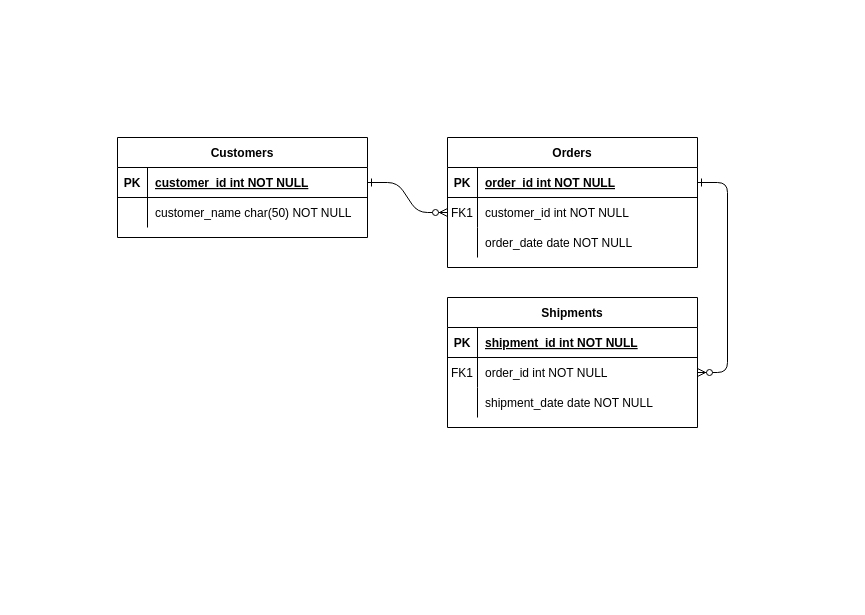
Earlier version of the draw.io diagram Untitled Diagram.drawio (SergejusSG/git-demo1). Source tidied: cells renumbered, new cells numbered last; positions are measured from the earlier drawing's top-left corner, leaving out a move shared by most shapes. Both pictures are drawn from the tidied source at 100%, with x=0, y=0 at pixel (117, 137).
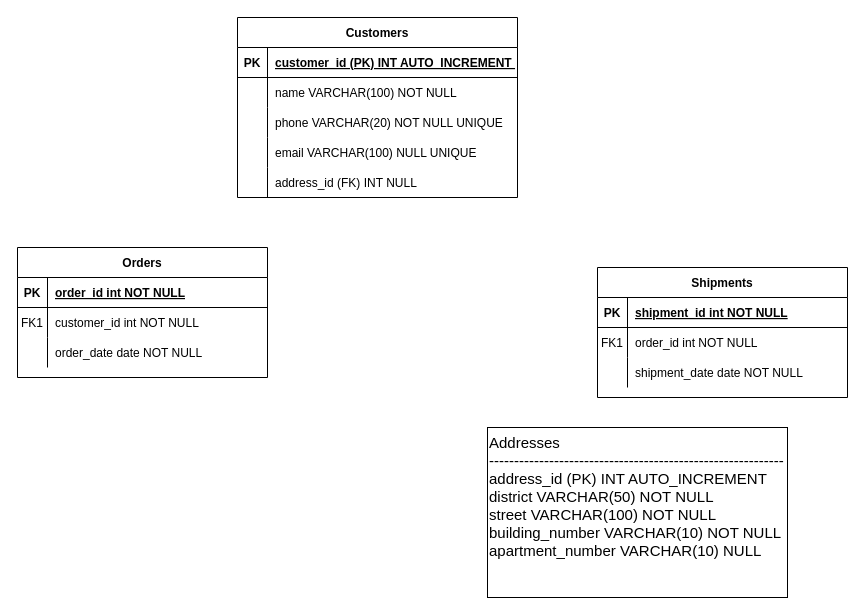
The same page after the edit.

The change refers to these unchanged cells:
```xml
<mxCell id="5" style="shape=partialRectangle;fillColor=none;points=[[0,0.5],[1,0.5]];portConstraint=eastwest;top=0;left=0;right=0;bottom=1;" parent="4" vertex="1">
  <mxGeometry y="30" width="250" height="30" as="geometry" />
</mxCell>
<mxCell id="8" style="shape=partialRectangle;fillColor=none;points=[[0,0.5],[1,0.5]];portConstraint=eastwest;top=0;left=0;right=0;bottom=0;" parent="4" vertex="1">
  <mxGeometry y="60" width="250" height="30" as="geometry" />
</mxCell>
<mxCell id="18" style="shape=partialRectangle;fillColor=none;points=[[0,0.5],[1,0.5]];portConstraint=eastwest;top=0;left=0;right=0;bottom=0;" parent="14" vertex="1">
  <mxGeometry y="60" width="250" height="30" as="geometry" />
</mxCell>
```

The edit, as a diff of the source:
```diff
@@
-    <mxCell id="2" style="edgeStyle=entityRelationEdgeStyle;endArrow=ERzeroToMany;startArrow=ERone;endFill=1;startFill=0;" parent="1" edge="1" source="25" target="8">
-      <mxGeometry relative="1" as="geometry" />
-    </mxCell>
-    <mxCell id="3" style="edgeStyle=entityRelationEdgeStyle;endArrow=ERzeroToMany;startArrow=ERone;endFill=1;startFill=0;" parent="1" edge="1" source="5" target="18">
-      <mxGeometry relative="1" as="geometry" />
-    </mxCell>
     <mxCell id="4" value="Orders" style="shape=table;startSize=30;childLayout=tableLayout;rowLines=0;fontStyle=1;align=center;" parent="1" vertex="1">
-      <mxGeometry x="330" width="250" height="130" as="geometry" />
+      <mxGeometry x="-100" y="110" width="250" height="130" as="geometry" />
     </mxCell>
@@
     <mxCell id="14" value="Shipments" style="shape=table;startSize=30;childLayout=tableLayout;rowLines=0;fontStyle=1;align=center;" parent="1" vertex="1">
-      <mxGeometry x="330" y="160" width="250" height="130" as="geometry" />
+      <mxGeometry x="480" y="130" width="250" height="130" as="geometry" />
     </mxCell>
@@
     <mxCell id="24" value="Customers" style="shape=table;startSize=30;childLayout=tableLayout;rowLines=0;fontStyle=1;align=center;" parent="1" vertex="1">
-      <mxGeometry width="250" height="100" as="geometry" />
+      <mxGeometry x="120" y="-120" width="280" height="180" as="geometry" />
     </mxCell>
     <mxCell id="25" style="shape=partialRectangle;fillColor=none;points=[[0,0.5],[1,0.5]];portConstraint=eastwest;top=0;left=0;right=0;bottom=1;" parent="24" vertex="1">
-      <mxGeometry y="30" width="250" height="30" as="geometry" />
+      <mxGeometry y="30" width="280" height="30" as="geometry" />
     </mxCell>
@@
-    <mxCell id="27" value="customer_id int NOT NULL " style="shape=partialRectangle;overflow=hidden;fillColor=none;top=0;left=0;bottom=0;right=0;align=left;spacingLeft=6;fontStyle=5;" parent="25" vertex="1">
-      <mxGeometry x="30" width="220" height="30" as="geometry" />
+    <mxCell id="27" value="customer_id (PK) INT AUTO_INCREMENT " style="shape=partialRectangle;overflow=hidden;fillColor=none;top=0;left=0;bottom=0;right=0;align=left;spacingLeft=6;fontStyle=5;" parent="25" vertex="1">
+      <mxGeometry x="30" width="250" height="30" as="geometry" />
     </mxCell>
     <mxCell id="28" style="shape=partialRectangle;fillColor=none;top=0;left=0;right=0;bottom=0;" parent="24" vertex="1">
-      <mxGeometry y="60" width="250" height="30" as="geometry" />
+      <mxGeometry y="60" width="280" height="30" as="geometry" />
     </mxCell>
@@
-    <mxCell id="30" value="customer_name char(50) NOT NULL" style="shape=partialRectangle;overflow=hidden;fillColor=none;top=0;left=0;bottom=0;right=0;align=left;spacingLeft=6;" parent="28" vertex="1">
-      <mxGeometry x="30" width="220" height="30" as="geometry" />
+    <mxCell id="30" value="name VARCHAR(100) NOT NULL" style="shape=partialRectangle;overflow=hidden;fillColor=none;top=0;left=0;bottom=0;right=0;align=left;spacingLeft=6;" parent="28" vertex="1">
+      <mxGeometry x="30" width="250" height="30" as="geometry" />
     </mxCell>
+    <mxCell id="31" style="shape=partialRectangle;fillColor=none;top=0;left=0;right=0;bottom=0;" parent="24" vertex="1">
+      <mxGeometry y="90" width="280" height="30" as="geometry" />
+    </mxCell>
+    <mxCell id="32" style="shape=partialRectangle;overflow=hidden;fillColor=none;top=0;left=0;bottom=0;right=0;" parent="31" vertex="1">
+      <mxGeometry width="30" height="30" as="geometry" />
+    </mxCell>
+    <mxCell id="33" value="phone VARCHAR(20) NOT NULL UNIQUE" style="shape=partialRectangle;overflow=hidden;fillColor=none;top=0;left=0;bottom=0;right=0;align=left;spacingLeft=6;" parent="31" vertex="1">
+      <mxGeometry x="30" width="250" height="30" as="geometry" />
+    </mxCell>
+    <mxCell id="34" style="shape=partialRectangle;fillColor=none;top=0;left=0;right=0;bottom=0;" parent="24" vertex="1">
+      <mxGeometry y="120" width="280" height="30" as="geometry" />
+    </mxCell>
+    <mxCell id="35" style="shape=partialRectangle;overflow=hidden;fillColor=none;top=0;left=0;bottom=0;right=0;" parent="34" vertex="1">
+      <mxGeometry width="30" height="30" as="geometry" />
+    </mxCell>
+    <mxCell id="36" value="email VARCHAR(100) NULL UNIQUE" style="shape=partialRectangle;overflow=hidden;fillColor=none;top=0;left=0;bottom=0;right=0;align=left;spacingLeft=6;" parent="34" vertex="1">
+      <mxGeometry x="30" width="250" height="30" as="geometry" />
+    </mxCell>
+    <mxCell id="37" style="shape=partialRectangle;fillColor=none;top=0;left=0;right=0;bottom=0;" parent="24" vertex="1">
+      <mxGeometry y="150" width="280" height="30" as="geometry" />
+    </mxCell>
+    <mxCell id="38" style="shape=partialRectangle;overflow=hidden;fillColor=none;top=0;left=0;bottom=0;right=0;" parent="37" vertex="1">
+      <mxGeometry width="30" height="30" as="geometry" />
+    </mxCell>
+    <mxCell id="39" value="address_id (FK) INT NULL" style="shape=partialRectangle;overflow=hidden;fillColor=none;top=0;left=0;bottom=0;right=0;align=left;spacingLeft=6;" parent="37" vertex="1">
+      <mxGeometry x="30" width="250" height="30" as="geometry" />
+    </mxCell>
+    <mxCell id="40" style="group;" parent="1" vertex="1">
+      <mxGeometry x="370" y="290" width="300" height="170" as="geometry" />
+    </mxCell>
+    <mxCell id="41" style="rounded=0;whiteSpace=wrap;html=1;" parent="40" vertex="1">
+      <mxGeometry width="300" height="170" as="geometry" />
+    </mxCell>
+    <mxCell id="42" value="&lt;font style=&quot;font-size: 15px;&quot;&gt;Addresses&lt;br&gt;-----------------------------------------------------------&lt;br&gt;address_id (PK)    INT AUTO_INCREMENT&lt;br&gt;district          VARCHAR(50) NOT NULL&lt;br&gt;street           VARCHAR(100) NOT NULL&lt;br&gt;building_number   VARCHAR(10) NOT NULL&lt;br&gt;apartment_number  VARCHAR(10) NULL&lt;/font&gt;" style="text;whiteSpace=wrap;html=1;" parent="40" vertex="1">
+      <mxGeometry width="300" height="170" as="geometry" />
+    </mxCell>
```
